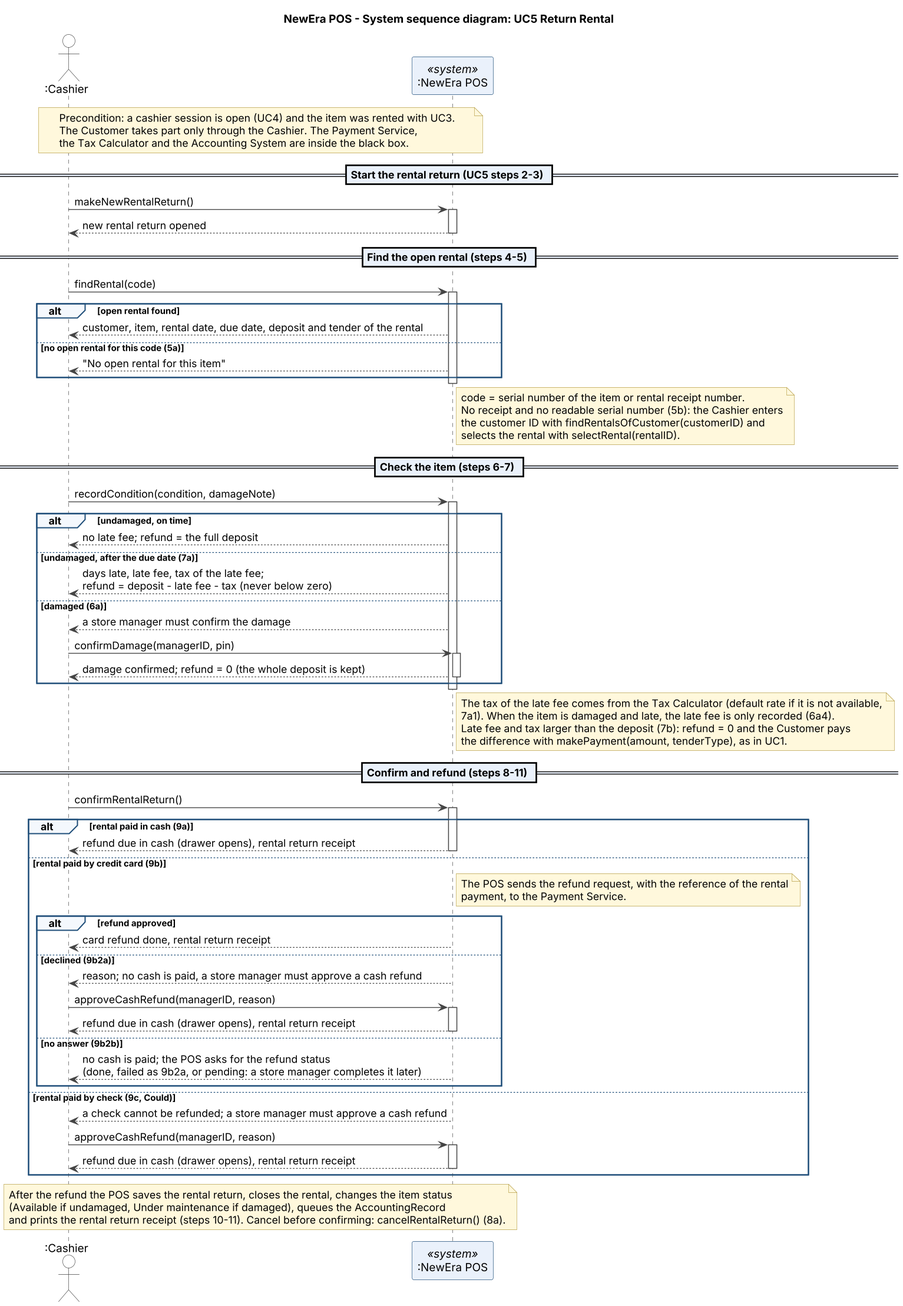
This is assets/ssd_uc5.png from bhsei/26D, a PlantUML export, as it was before one commit.
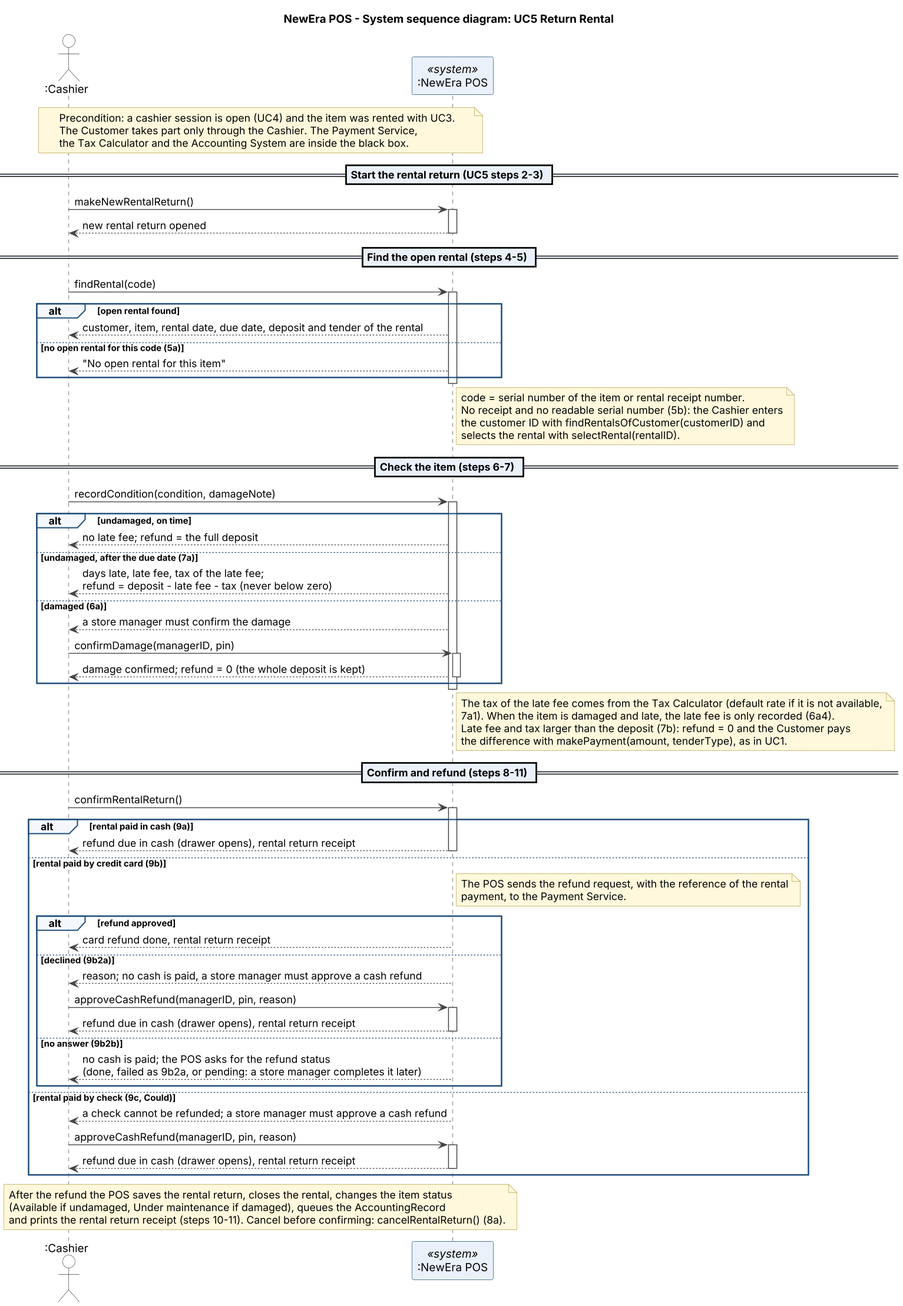
Later version of the same file.

Commit message:
W9 - System sequence diagrams v0.7; contract numbers of UC4 and UC5, PIN in approveCashRefund (B2)

Diff of the diagram source:
```diff
@@ -88,7 +88,7 @@
   else declined (9b2a)
     POS --> Cashier : reason; no cash is paid, a store manager must approve a cash refund
     deactivate POS
-    Cashier -> POS : approveCashRefund(managerID, reason)
+    Cashier -> POS : approveCashRefund(managerID, pin, reason)
     activate POS
     POS --> Cashier : refund due in cash (drawer opens), rental return receipt
     deactivate POS
@@ -99,7 +99,7 @@
 else rental paid by check (9c, Could)
   POS --> Cashier : a check cannot be refunded; a store manager must approve a cash refund
   deactivate POS
-  Cashier -> POS : approveCashRefund(managerID, reason)
+  Cashier -> POS : approveCashRefund(managerID, pin, reason)
   activate POS
   POS --> Cashier : refund due in cash (drawer opens), rental return receipt
   deactivate POS
```
